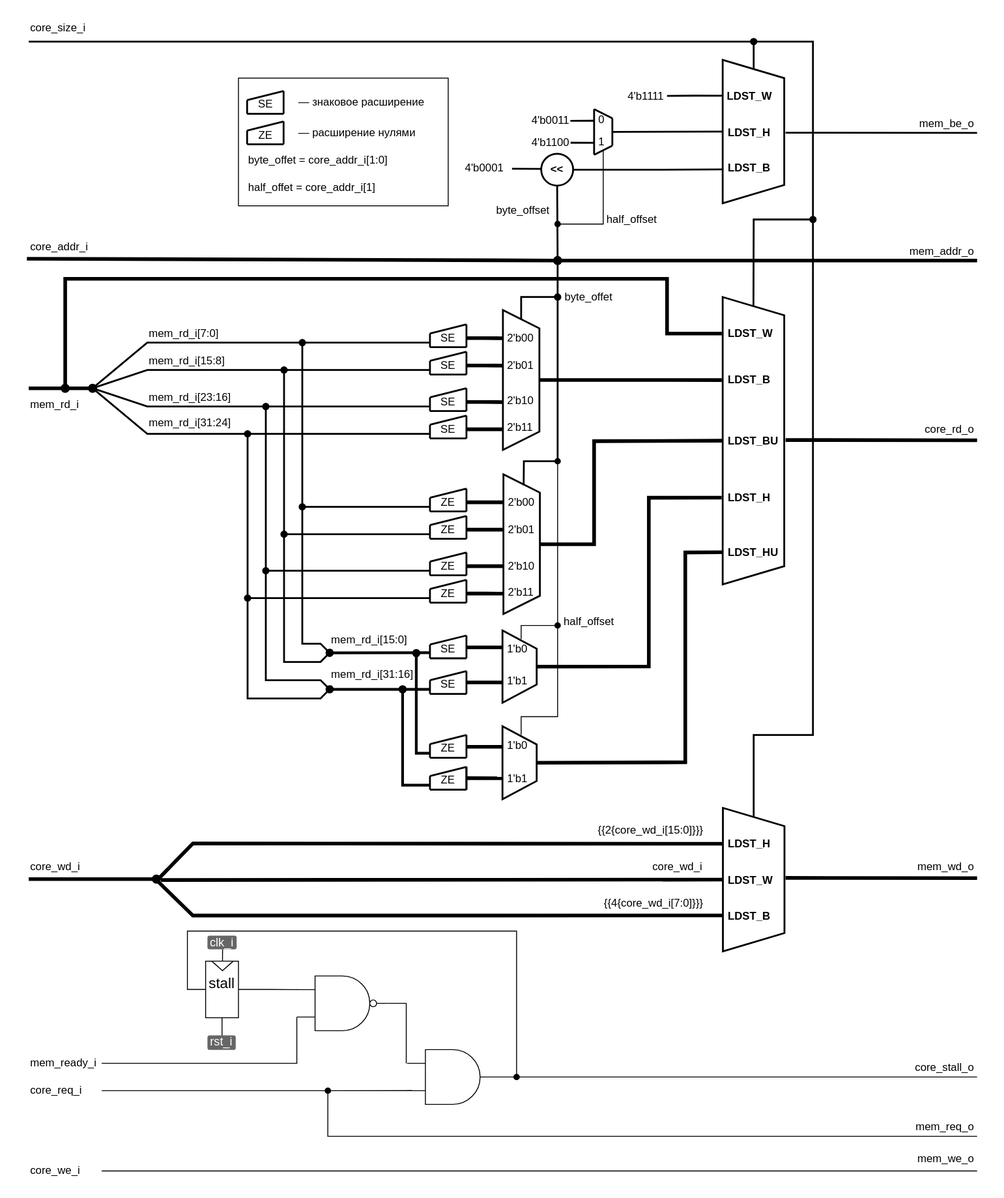
The draw.io diagram .pic/Labs/lab_08_lsu/fig_06.drawio.svg in MPSU/APS, before a commit. Source tidied: cells renumbered, new cells last; positions are measured from the earlier drawing's top-left corner, leaving out a move shared by most shapes.
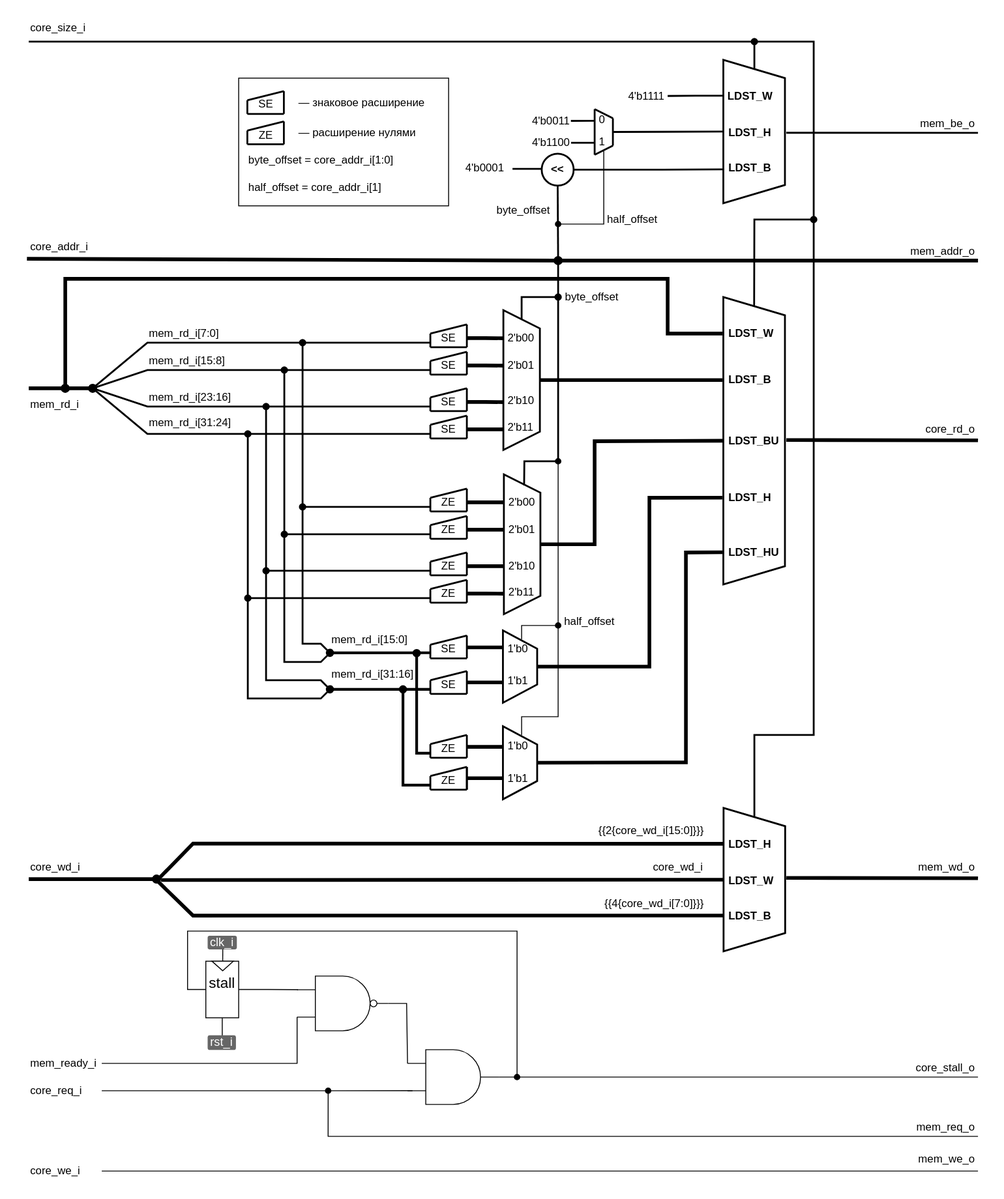
Later version of the same file.

Change to the diagram source:
```diff
@@ -1,4 +1,4 @@
-<mxGraphModel>
+<mxGraphModel background="#ffffff">
   <root>
     <mxCell id="0" />
     <mxCell id="1" parent="0" />
@@ -891,7 +891,7 @@
         </Array>
       </mxGeometry>
     </mxCell>
-    <mxCell id="179" value="byte_offet" style="text;html=1;strokeColor=none;fillColor=none;align=left;verticalAlign=middle;whiteSpace=wrap;rounded=0;fontSize=12;comic=0;" parent="1" vertex="1">
+    <mxCell id="179" value="byte_offset" style="text;html=1;strokeColor=none;fillColor=none;align=left;verticalAlign=middle;whiteSpace=wrap;rounded=0;fontSize=12;comic=0;" parent="1" vertex="1">
       <mxGeometry x="587.8" y="295" width="90" height="20" as="geometry" />
     </mxCell>
     <mxCell id="180" value="0" style="text;html=1;strokeColor=none;fillColor=none;align=left;verticalAlign=middle;whiteSpace=wrap;rounded=0;fontSize=12;comic=0;" parent="1" vertex="1">
@@ -1065,10 +1065,10 @@
     <mxCell id="217" value="mem_be_o" style="text;html=1;strokeColor=none;fillColor=none;align=right;verticalAlign=middle;whiteSpace=wrap;rounded=0;fontSize=12;comic=0;" parent="1" vertex="1">
       <mxGeometry x="976" y="104.9" width="65" height="20" as="geometry" />
     </mxCell>
-    <mxCell id="218" value="byte_offet = core_addr_i[1:0]" style="text;html=1;strokeColor=none;fillColor=none;align=left;verticalAlign=middle;whiteSpace=wrap;rounded=0;fontSize=12;comic=0;" parent="1" vertex="1">
-      <mxGeometry x="241" y="144.9" width="155" height="20" as="geometry" />
+    <mxCell id="218" value="byte_offset = core_addr_i[1:0]" style="text;html=1;strokeColor=none;fillColor=none;align=left;verticalAlign=middle;whiteSpace=wrap;rounded=0;fontSize=12;comic=0;" parent="1" vertex="1">
+      <mxGeometry x="241" y="144.9" width="166" height="20" as="geometry" />
     </mxCell>
-    <mxCell id="219" value="half_offet = core_addr_i[1]" style="text;html=1;strokeColor=none;fillColor=none;align=left;verticalAlign=middle;whiteSpace=wrap;rounded=0;fontSize=12;comic=0;" parent="1" vertex="1">
+    <mxCell id="219" value="half_offset = core_addr_i[1]" style="text;html=1;strokeColor=none;fillColor=none;align=left;verticalAlign=middle;whiteSpace=wrap;rounded=0;fontSize=12;comic=0;" parent="1" vertex="1">
       <mxGeometry x="241" y="174.9" width="155" height="20" as="geometry" />
     </mxCell>
     <mxCell id="220" style="group;" parent="1" vertex="1">
```
